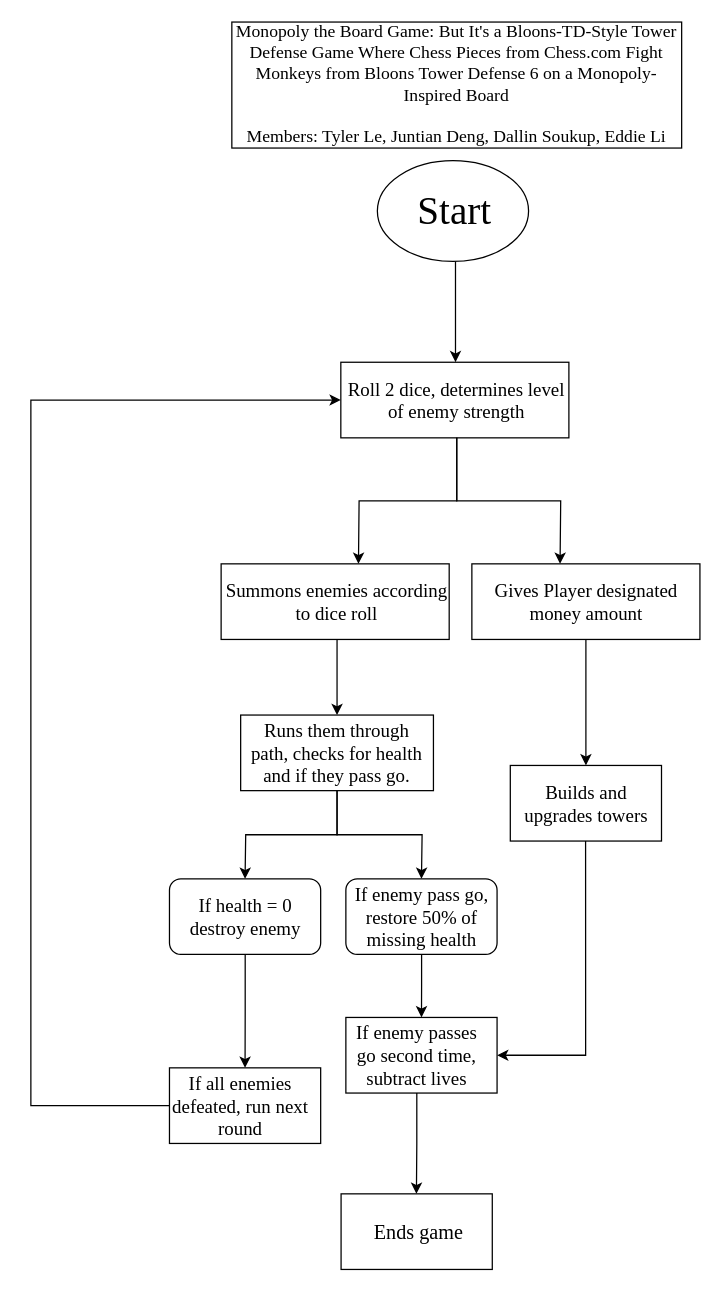
This is images/Logic Flow.drawio from Juntian-Deng/IndividualProject24, a draw.io file, before an edit. Source tidied: cells renumbered, new cells numbered last; positions are measured from the earlier drawing's top-left corner, leaving out a move shared by most shapes. Both pictures are drawn from the tidied source at 126%, with x=0, y=0 at pixel (30, 21).
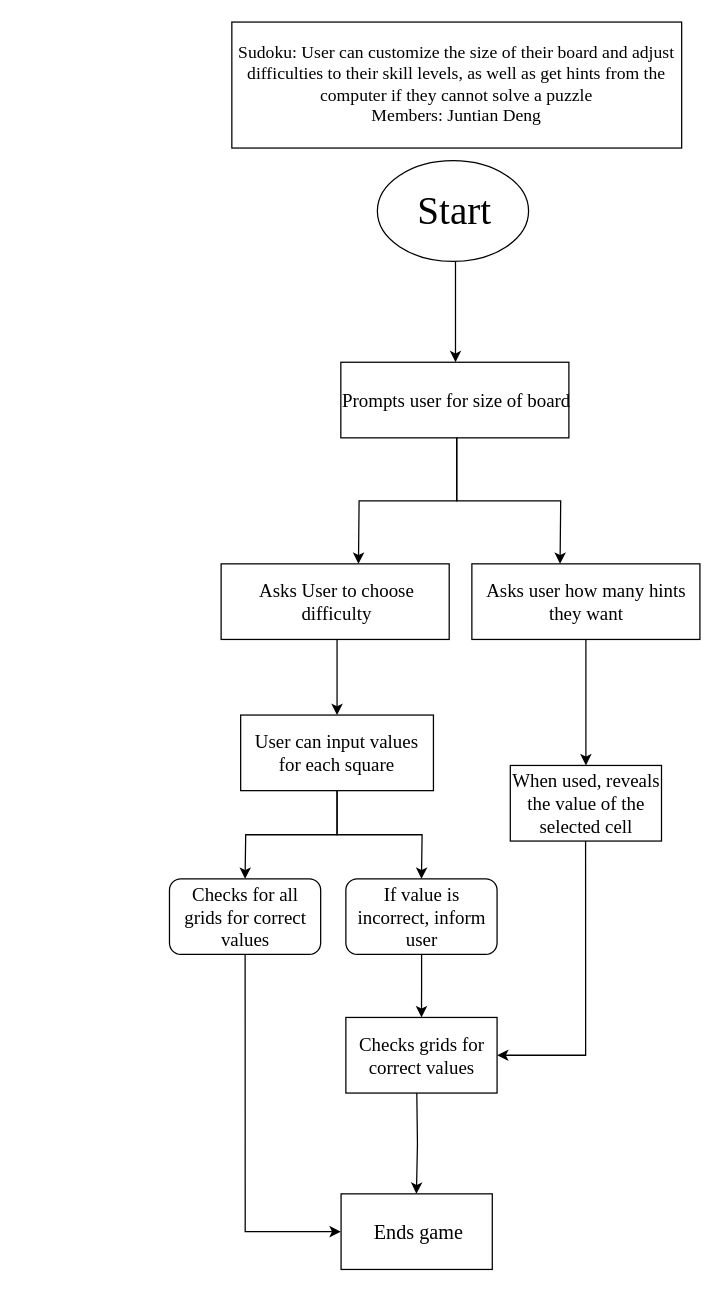
After the change.

Change to the diagram source:
```diff
@@
-    <mxCell id="3" value="&lt;font face=&quot;Times New Roman&quot; style=&quot;font-size: 14px;&quot;&gt;Monopoly the Board Game: But It's a Bloons-TD-Style Tower Defense Game Where Chess Pieces from Chess.com Fight Monkeys from Bloons Tower Defense 6 on a Monopoly-Inspired Board&lt;br&gt;&lt;br&gt;Members: Tyler Le, Juntian Deng, Dallin Soukup, Eddie Li&lt;/font&gt;" style="text;html=1;strokeColor=none;fillColor=none;align=center;verticalAlign=middle;whiteSpace=wrap;rounded=0;" parent="1" vertex="1">
+    <mxCell id="3" value="&lt;font face=&quot;Times New Roman&quot; style=&quot;font-size: 14px;&quot;&gt;Sudoku: User can customize the size of their board and adjust difficulties to their skill levels, as well as get hints from the computer if they cannot solve a puzzle&lt;br&gt;Members: Juntian Deng&lt;/font&gt;" style="text;html=1;strokeColor=none;fillColor=none;align=center;verticalAlign=middle;whiteSpace=wrap;rounded=0;" parent="1" vertex="1">
       <mxGeometry x="160.2" y="10" width="355.5" height="80" as="geometry" />
     </mxCell>
@@
-    <mxCell id="10" value="&lt;font style=&quot;font-size: 15px;&quot; face=&quot;Times New Roman&quot;&gt;Roll 2 dice, determines level of enemy strength&lt;/font&gt;" style="text;html=1;strokeColor=none;fillColor=none;align=center;verticalAlign=middle;whiteSpace=wrap;rounded=0;" parent="1" vertex="1">
+    <mxCell id="10" value="&lt;font style=&quot;font-size: 15px;&quot; face=&quot;Times New Roman&quot;&gt;Prompts user for size of board&lt;/font&gt;" style="text;html=1;strokeColor=none;fillColor=none;align=center;verticalAlign=middle;whiteSpace=wrap;rounded=0;" parent="1" vertex="1">
       <mxGeometry x="246" y="270" width="184" height="60" as="geometry" />
     </mxCell>
@@
-    <mxCell id="12" value="&lt;font face=&quot;Times New Roman&quot;&gt;&lt;span style=&quot;font-size: 15px;&quot;&gt;Summons enemies according to dice roll&lt;/span&gt;&lt;/font&gt;" style="text;html=1;strokeColor=none;fillColor=none;align=center;verticalAlign=middle;whiteSpace=wrap;rounded=0;" parent="1" vertex="1">
+    <mxCell id="12" value="&lt;font face=&quot;Times New Roman&quot;&gt;&lt;span style=&quot;font-size: 15px;&quot;&gt;Asks User to choose difficulty&lt;/span&gt;&lt;/font&gt;" style="text;html=1;strokeColor=none;fillColor=none;align=center;verticalAlign=middle;whiteSpace=wrap;rounded=0;" parent="1" vertex="1">
       <mxGeometry x="151" y="430" width="184" height="60" as="geometry" />
     </mxCell>
@@
-    <mxCell id="17" value="&lt;font face=&quot;Times New Roman&quot;&gt;&lt;span style=&quot;font-size: 15px;&quot;&gt;Gives Player designated money amount&lt;/span&gt;&lt;/font&gt;" style="text;html=1;strokeColor=none;fillColor=none;align=center;verticalAlign=middle;whiteSpace=wrap;rounded=0;" parent="1" vertex="1">
+    <mxCell id="17" value="&lt;font face=&quot;Times New Roman&quot;&gt;&lt;span style=&quot;font-size: 15px;&quot;&gt;Asks user how many hints they want&lt;/span&gt;&lt;/font&gt;" style="text;html=1;strokeColor=none;fillColor=none;align=center;verticalAlign=middle;whiteSpace=wrap;rounded=0;" parent="1" vertex="1">
       <mxGeometry x="348.5" y="430" width="184" height="60" as="geometry" />
     </mxCell>
@@
-    <mxCell id="20" value="&lt;font face=&quot;Times New Roman&quot;&gt;&lt;span style=&quot;font-size: 15px;&quot;&gt;Runs them through path, checks for health and if they pass go.&lt;/span&gt;&lt;/font&gt;" style="text;html=1;strokeColor=none;fillColor=none;align=center;verticalAlign=middle;whiteSpace=wrap;rounded=0;" parent="1" vertex="1">
+    <mxCell id="20" value="&lt;font face=&quot;Times New Roman&quot;&gt;&lt;span style=&quot;font-size: 15px;&quot;&gt;User can input values for each square&lt;/span&gt;&lt;/font&gt;" style="text;html=1;strokeColor=none;fillColor=none;align=center;verticalAlign=middle;whiteSpace=wrap;rounded=0;" parent="1" vertex="1">
       <mxGeometry x="168" y="550" width="150" height="60" as="geometry" />
     </mxCell>
@@
-    <mxCell id="22" style="edgeStyle=orthogonalEdgeStyle;rounded=0;jettySize=auto;html=1;" parent="1" edge="1" source="23">
+    <mxCell id="22" style="edgeStyle=orthogonalEdgeStyle;rounded=0;jettySize=auto;html=1;exitX=0.5;exitY=1;exitDx=0;exitDy=0;" parent="1" edge="1" source="23">
       <mxGeometry relative="1" as="geometry">
-        <mxPoint x="170" y="830" as="targetPoint" />
+        <mxPoint x="246" y="960" as="targetPoint" />
+        <Array as="points">
+          <mxPoint x="170" y="960" />
+        </Array>
       </mxGeometry>
     </mxCell>
-    <mxCell id="23" value="&lt;font face=&quot;Times New Roman&quot;&gt;&lt;span style=&quot;font-size: 15px;&quot;&gt;If health = 0&lt;br&gt;destroy enemy&lt;br&gt;&lt;/span&gt;&lt;/font&gt;" style="text;html=1;strokeColor=none;fillColor=none;align=center;verticalAlign=middle;whiteSpace=wrap;rounded=0;" parent="1" vertex="1">
+    <mxCell id="23" value="&lt;font face=&quot;Times New Roman&quot;&gt;&lt;span style=&quot;font-size: 15px;&quot;&gt;Checks for all grids for correct values&lt;/span&gt;&lt;/font&gt;" style="text;html=1;strokeColor=none;fillColor=none;align=center;verticalAlign=middle;whiteSpace=wrap;rounded=0;" parent="1" vertex="1">
       <mxGeometry x="113.8" y="680" width="112.5" height="60" as="geometry" />
     </mxCell>
@@
-    <mxCell id="26" value="&lt;font face=&quot;Times New Roman&quot;&gt;&lt;span style=&quot;font-size: 15px;&quot;&gt;If enemy pass go,&lt;br&gt;restore 50% of missing health&lt;br&gt;&lt;/span&gt;&lt;/font&gt;" style="text;html=1;strokeColor=none;fillColor=none;align=center;verticalAlign=middle;whiteSpace=wrap;rounded=0;" parent="1" vertex="1">
+    <mxCell id="26" value="&lt;font face=&quot;Times New Roman&quot;&gt;&lt;span style=&quot;font-size: 15px;&quot;&gt;If value is incorrect, inform user&lt;/span&gt;&lt;/font&gt;" style="text;html=1;strokeColor=none;fillColor=none;align=center;verticalAlign=middle;whiteSpace=wrap;rounded=0;" parent="1" vertex="1">
       <mxGeometry x="253.8" y="680" width="112.5" height="60" as="geometry" />
     </mxCell>
@@
-    <mxCell id="29" value="&lt;font face=&quot;Times New Roman&quot;&gt;&lt;span style=&quot;font-size: 15px;&quot;&gt;Builds and upgrades towers&lt;/span&gt;&lt;/font&gt;" style="text;html=1;strokeColor=none;fillColor=none;align=center;verticalAlign=middle;whiteSpace=wrap;rounded=0;" parent="1" vertex="1">
+    <mxCell id="29" value="&lt;font face=&quot;Times New Roman&quot;&gt;&lt;span style=&quot;font-size: 15px;&quot;&gt;When used, reveals the value of the selected cell&lt;/span&gt;&lt;/font&gt;" style="text;html=1;strokeColor=none;fillColor=none;align=center;verticalAlign=middle;whiteSpace=wrap;rounded=0;" parent="1" vertex="1">
       <mxGeometry x="380.5" y="590" width="119.5" height="60" as="geometry" />
     </mxCell>
-    <mxCell id="30" style="rounded=0;whiteSpace=wrap;html=1;" parent="1" vertex="1">
-      <mxGeometry x="250" y="790" width="120" height="60" as="geometry" />
-    </mxCell>
-    <mxCell id="31" style="edgeStyle=orthogonalEdgeStyle;rounded=0;jettySize=auto;html=1;" parent="1" edge="1" source="32">
+    <mxCell id="31" style="edgeStyle=orthogonalEdgeStyle;rounded=0;orthogonalLoop=1;jettySize=auto;html=1;" parent="1" edge="1">
       <mxGeometry relative="1" as="geometry">
+        <mxPoint x="306.3" y="850" as="sourcePoint" />
         <mxPoint x="306" y="930" as="targetPoint" />
       </mxGeometry>
     </mxCell>
-    <mxCell id="32" value="&lt;font face=&quot;Times New Roman&quot;&gt;&lt;span style=&quot;font-size: 15px;&quot;&gt;If enemy passes go second time, subtract lives&lt;br&gt;&lt;/span&gt;&lt;/font&gt;" style="text;html=1;strokeColor=none;fillColor=none;align=center;verticalAlign=middle;whiteSpace=wrap;rounded=0;" parent="1" vertex="1">
-      <mxGeometry x="250" y="790" width="112.5" height="60" as="geometry" />
-    </mxCell>
-    <mxCell id="33" style="rounded=0;whiteSpace=wrap;html=1;" parent="1" vertex="1">
-      <mxGeometry x="110" y="830" width="120" height="60" as="geometry" />
-    </mxCell>
-    <mxCell id="34" style="edgeStyle=orthogonalEdgeStyle;rounded=0;jettySize=auto;html=1;entryX=0;entryY=0.5;entryDx=0;entryDy=0;" parent="1" edge="1" source="35" target="10">
-      <mxGeometry relative="1" as="geometry">
-        <Array as="points">
-          <mxPoint y="860" />
-          <mxPoint y="300" />
-        </Array>
-      </mxGeometry>
-    </mxCell>
-    <mxCell id="35" value="&lt;font face=&quot;Times New Roman&quot;&gt;&lt;span style=&quot;font-size: 15px;&quot;&gt;If all enemies defeated, run next round&lt;br&gt;&lt;/span&gt;&lt;/font&gt;" style="text;html=1;strokeColor=none;fillColor=none;align=center;verticalAlign=middle;whiteSpace=wrap;rounded=0;" parent="1" vertex="1">
-      <mxGeometry x="110" y="830" width="112.5" height="60" as="geometry" />
-    </mxCell>
@@
+    <mxCell id="30" style="rounded=0;whiteSpace=wrap;html=1;" parent="1" vertex="1">
+      <mxGeometry x="250" y="790" width="120" height="60" as="geometry" />
+    </mxCell>
+    <mxCell id="38" value="&lt;font face=&quot;Times New Roman&quot;&gt;&lt;span style=&quot;font-size: 15px;&quot;&gt;Checks grids for correct values&lt;/span&gt;&lt;/font&gt;" style="text;html=1;strokeColor=none;fillColor=none;align=center;verticalAlign=middle;whiteSpace=wrap;rounded=0;" parent="1" vertex="1">
+      <mxGeometry x="253.8" y="790" width="112.5" height="60" as="geometry" />
+    </mxCell>
```
